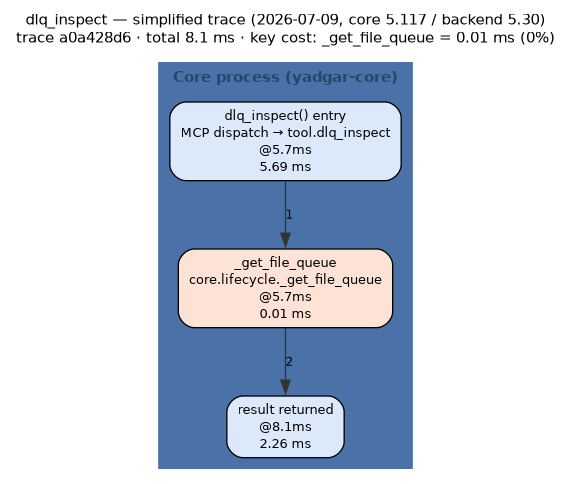
m-agahi/yadgar keeps this Graphviz diagram as docs/diagrams/out/dlq_inspect-trace-2026-07-09.png. Above is the earlier version. Its source is kept beside it as docs/diagrams/out/dlq_inspect-trace-2026-07-09.dot.
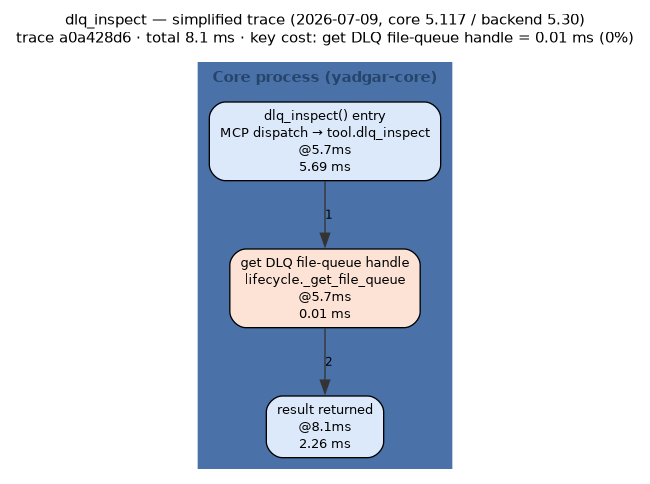
Later version of the same file.

The edit, as a diff of the source:
```diff
@@ -8,7 +8,7 @@
   node  [fontname="Helvetica", fontsize=10];
   edge  [fontname="Helvetica", fontsize=9];
   label="dlq_inspect — simplified trace (2026-07-09, core 5.117 / backend 5.30)
-trace a0a428d6 · total 8.1 ms · key cost: _get_file_queue = 0.01 ms (0%)";
+trace a0a428d6 · total 8.1 ms · key cost: get DLQ file-queue handle = 0.01 ms (0%)";
   subgraph "cluster_core" {
     label="Core process (yadgar-core)";
     style=filled;
@@ -17,7 +17,7 @@
     fontcolor="#26456b";
     fontname="Helvetica-Bold";
     "entry" [shape="box", style="rounded,filled", fillcolor="#dbe9fb", label="dlq_inspect() entry\nMCP dispatch → tool.dlq_inspect\n@5.7ms\n5.69 ms"];
-    "s0" [shape="box", style="rounded,filled", fillcolor="#fce3d6", label="_get_file_queue\ncore.lifecycle._get_file_queue\n@5.7ms\n0.01 ms"];
+    "s0" [shape="box", style="rounded,filled", fillcolor="#fce3d6", label="get DLQ file-queue handle\nlifecycle._get_file_queue\n@5.7ms\n0.01 ms"];
     "done" [shape="box", style="rounded,filled", fillcolor="#dbe9fb", label="result returned\n@8.1ms\n2.26 ms"];
   }
   "entry" -> "s0" [color="#333333", style="solid", label="1"];
```
